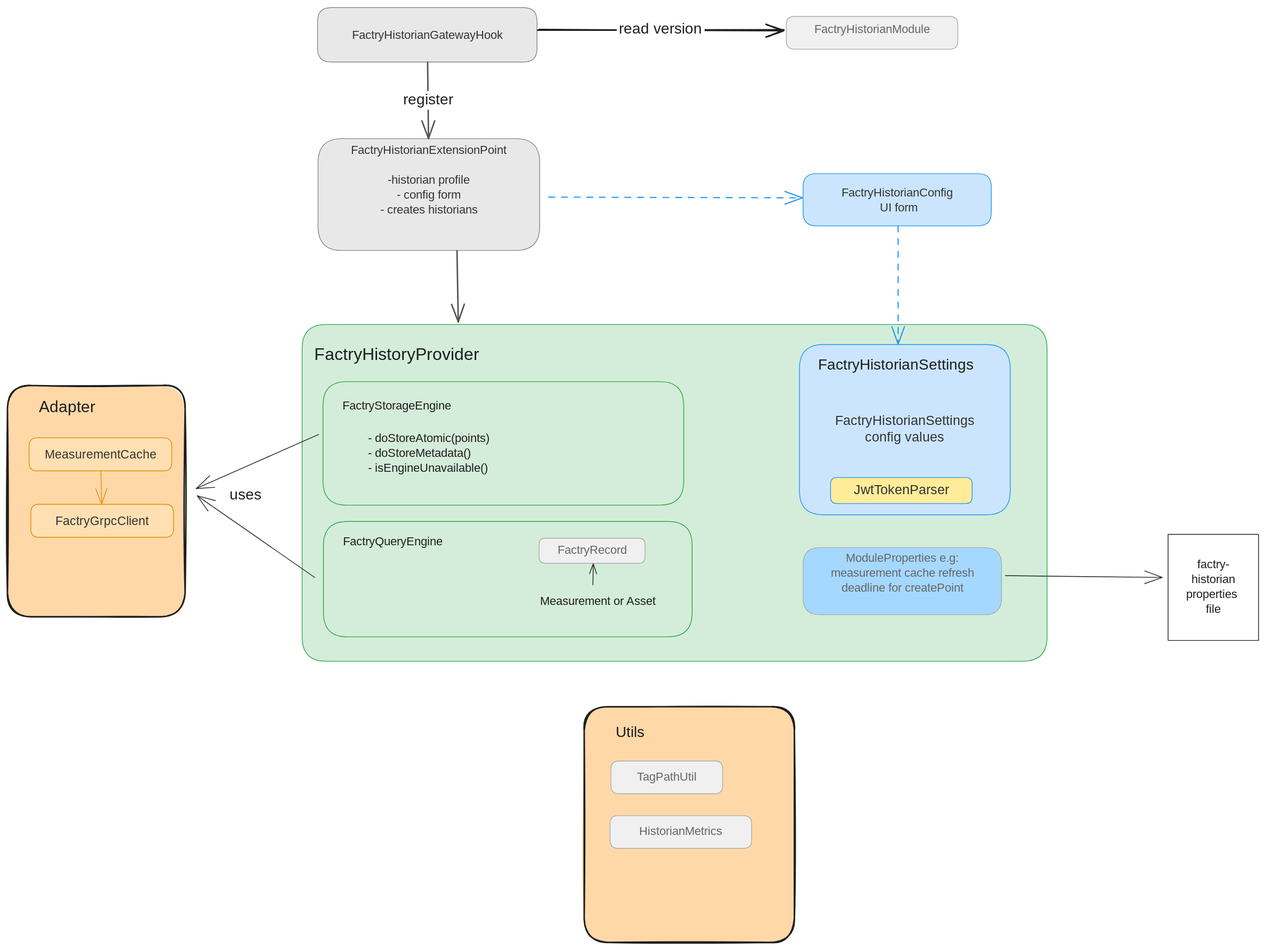
This is docs/class_diagram.excalidraw.svg from Mustry-Solutions/factry-historian-ignition-module, a Excalidraw export, as it was before one commit. Source tidied: one line per element, renumbered; positions are measured from the earlier drawing's top-left corner, leaving out a move shared by most shapes.
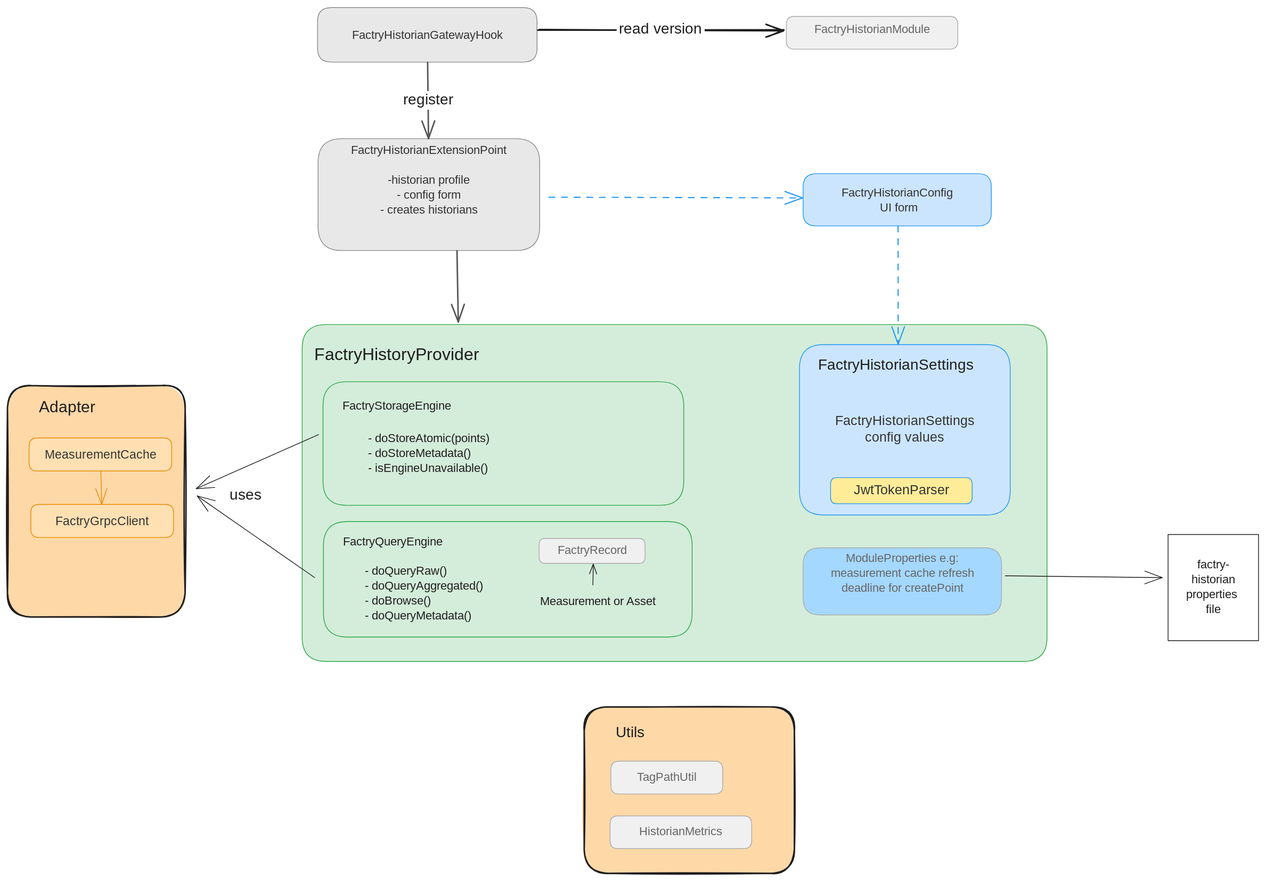
After the commit.

What changed in the source:
```diff
@@ -1,4 +1,4 @@
-{"id": 0, "type": "rectangle", "strokeColor": "#1e1e1e", "backgroundColor": "#ffd8a8", "fillStyle": "solid", "strokeWidth": 2, "roughness": 1, "round": true, "x": 774, "y": 938, "width": 282, "height": 316}
+{"id": 0, "type": "rectangle", "strokeColor": "#1e1e1e", "backgroundColor": "#ffd8a8", "fillStyle": "solid", "strokeWidth": 2, "roughness": 1, "round": true, "x": 774, "y": 938, "width": 282, "height": 223}
 {"id": 1, "type": "rectangle", "strokeColor": "#28a745", "backgroundColor": "#d4edda", "fillStyle": "solid", "strokeWidth": 1, "roughness": 0, "round": true, "x": 395, "y": 425, "width": 999, "height": 452}
 {"id": 2, "type": "rectangle", "strokeColor": "#888888", "backgroundColor": "#e8e8e8", "fillStyle": "solid", "strokeWidth": 1, "roughness": 0, "round": true, "x": 416, "y": 0, "width": 294, "height": 73}
 {"id": 3, "type": "text", "text": "FactryHistorianGatewayHook", "strokeColor": "#333333", "strokeWidth": 1, "roughness": 0, "fontSize": 16, "fontFamily": 3, "textAlign": "center", "verticalAlign": "middle", "inside": 2, "x": 441, "y": 27, "width": 244, "height": 20}
@@ -50,3 +50,4 @@
 {"id": 49, "type": "arrow", "strokeColor": "#1e1e1e", "backgroundColor": "#ffffff", "fillStyle": "solid", "strokeWidth": 1, "roughness": 0, "endArrowhead": "arrow", "round": true, "from": 29, "to": 6, "x": 412, "y": 764, "width": 157, "height": 109, "points": [[0, 0], [-157, -109]]}
 {"id": 50, "type": "text", "text": "uses", "strokeColor": "#1e1e1e", "backgroundColor": "#ffffff", "fillStyle": "solid", "strokeWidth": 1, "roughness": 0, "fontSize": 20, "fontFamily": 5, "x": 298, "y": 642, "width": 43, "height": 25}
 {"id": 51, "type": "text", "text": "- doStoreAtomic(points)\n- doStoreMetadata()\n- isEngineUnavailable()", "strokeColor": "#1e1e1e", "backgroundColor": "#ffffff", "fillStyle": "solid", "strokeWidth": 1, "roughness": 0, "fontSize": 16, "fontFamily": 5, "x": 484, "y": 568, "width": 189, "height": 60}
+{"id": 52, "type": "text", "text": "- doQueryRaw()\n- doQueryAggregated()\n- doBrowse()\n- doQueryMetadata()", "strokeColor": "#1e1e1e", "backgroundColor": "#ffffff", "fillStyle": "solid", "strokeWidth": 1, "roughness": 0, "fontSize": 16, "fontFamily": 5, "x": 479, "y": 747, "width": 179, "height": 80}
```
